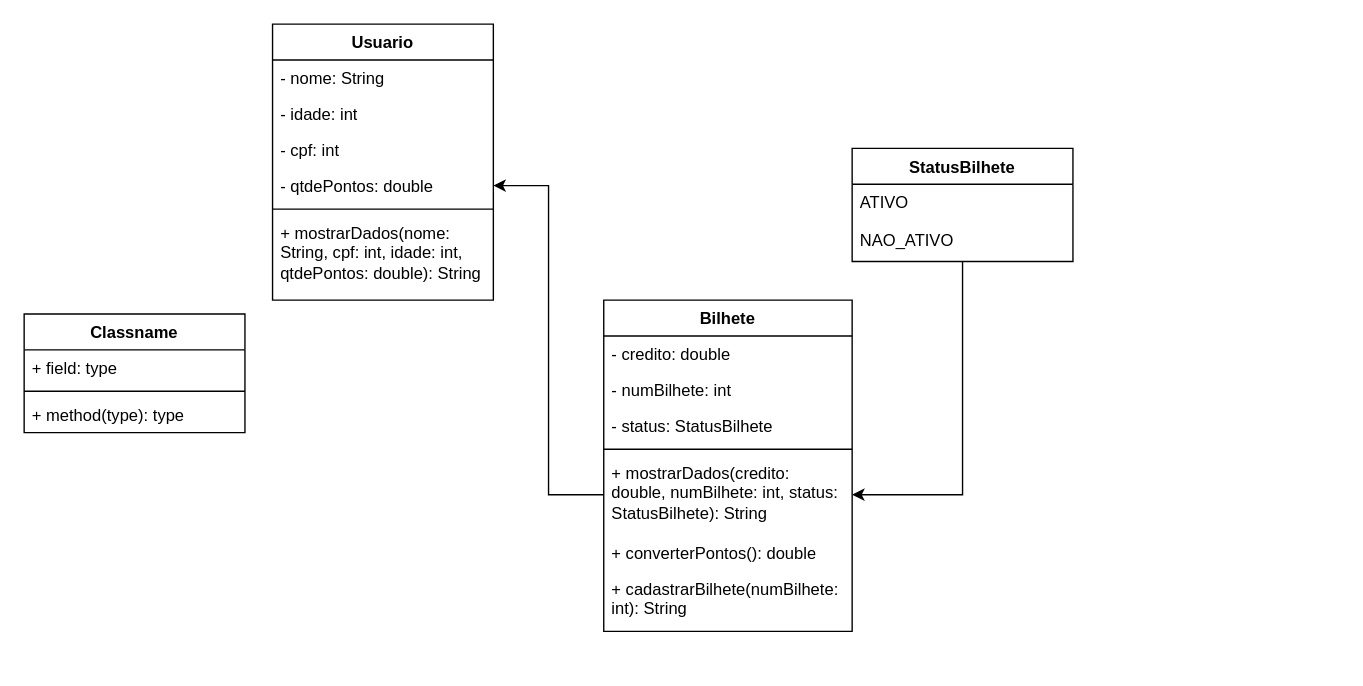
Earlier version of the draw.io diagram java_soulpass_diagram.drawio (SoulPass-1TDSPJ/java_soulpass). Source tidied: cells renumbered, new cells numbered last; positions are measured from the earlier drawing's top-left corner, leaving out a move shared by most shapes. Both pictures are drawn from the tidied source at 138%, with x=0, y=0 at pixel (23, 23).
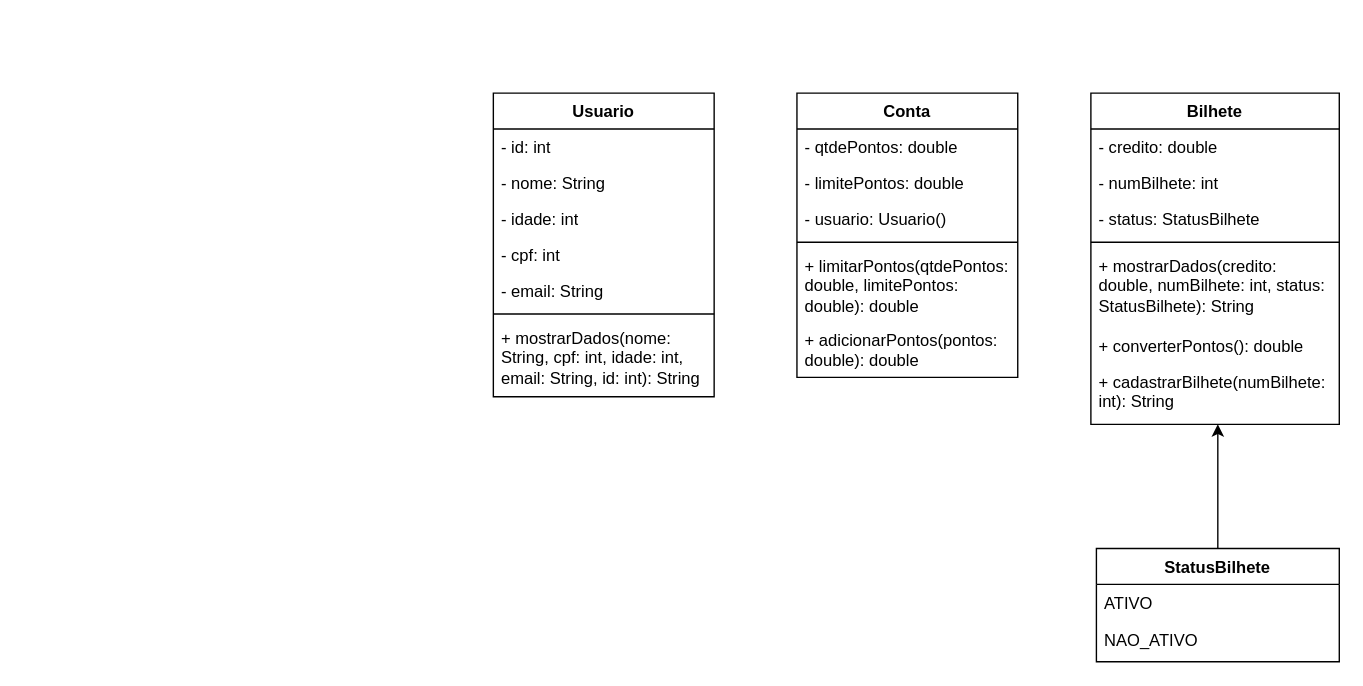
After the change.

Commit message:
feat: Diagrama feito com draw.io

The change refers to these unchanged cells:
```xml
<mxCell id="22" value="+ mostrarDados(credito: double, numBilhete: int, status: StatusBilhete): String" style="text;strokeColor=none;fillColor=none;align=left;verticalAlign=top;spacingLeft=4;spacingRight=4;overflow=hidden;points=[[0,0.5],[1,0.5]];portConstraint=eastwest;whiteSpace=wrap;html=1;" parent="17" vertex="1">
  <mxGeometry y="112" width="180" height="58" as="geometry" />
</mxCell>
<mxCell id="24" value="+ cadastrarBilhete(numBilhete: int): String" style="text;strokeColor=none;fillColor=none;align=left;verticalAlign=top;spacingLeft=4;spacingRight=4;overflow=hidden;points=[[0,0.5],[1,0.5]];portConstraint=eastwest;whiteSpace=wrap;html=1;" parent="17" vertex="1">
  <mxGeometry y="196" width="180" height="44" as="geometry" />
</mxCell>
```

Change to the diagram source:
```diff
@@
     <mxCell id="2" value="Usuario" style="swimlane;fontStyle=1;align=center;verticalAlign=top;horizontal=1;startSize=26;whiteSpace=wrap;html=1;" parent="1" vertex="1">
-      <mxGeometry x="180" width="160" height="200" as="geometry" />
+      <mxGeometry x="340" y="50" width="160" height="220" as="geometry" />
     </mxCell>
+    <mxCell id="26" value="- id: int" style="text;strokeColor=none;fillColor=none;align=left;verticalAlign=top;spacingLeft=4;spacingRight=4;overflow=hidden;whiteSpace=wrap;html=1;" parent="2" vertex="1">
+      <mxGeometry y="26" width="160" height="26" as="geometry" />
+    </mxCell>
     <mxCell id="3" value="- nome: String" style="text;strokeColor=none;fillColor=none;align=left;verticalAlign=top;spacingLeft=4;spacingRight=4;overflow=hidden;whiteSpace=wrap;html=1;" parent="2" vertex="1">
-      <mxGeometry y="26" width="160" height="26" as="geometry" />
+      <mxGeometry y="52" width="160" height="26" as="geometry" />
     </mxCell>
     <mxCell id="4" value="- idade: int" style="text;strokeColor=none;fillColor=none;align=left;verticalAlign=top;spacingLeft=4;spacingRight=4;overflow=hidden;whiteSpace=wrap;html=1;" parent="2" vertex="1">
-      <mxGeometry y="52" width="160" height="26" as="geometry" />
+      <mxGeometry y="78" width="160" height="26" as="geometry" />
     </mxCell>
     <mxCell id="5" value="- cpf: int" style="text;strokeColor=none;fillColor=none;align=left;verticalAlign=top;spacingLeft=4;spacingRight=4;overflow=hidden;whiteSpace=wrap;html=1;" parent="2" vertex="1">
-      <mxGeometry y="78" width="160" height="26" as="geometry" />
+      <mxGeometry y="104" width="160" height="26" as="geometry" />
     </mxCell>
-    <mxCell id="6" value="- qtdePontos: double" style="text;strokeColor=none;fillColor=none;align=left;verticalAlign=top;spacingLeft=4;spacingRight=4;overflow=hidden;points=[[0,0.5],[1,0.5]];portConstraint=eastwest;whiteSpace=wrap;html=1;" parent="2" vertex="1">
-      <mxGeometry y="104" width="160" height="26" as="geometry" />
-    </mxCell>
+    <mxCell id="27" value="- email: String" style="text;strokeColor=none;fillColor=none;align=left;verticalAlign=top;spacingLeft=4;spacingRight=4;overflow=hidden;whiteSpace=wrap;html=1;" parent="2" vertex="1">
+      <mxGeometry y="130" width="160" height="26" as="geometry" />
+    </mxCell>
     <mxCell id="7" style="line;strokeWidth=1;fillColor=none;align=left;verticalAlign=middle;spacingTop=-1;spacingLeft=3;spacingRight=3;labelPosition=right;strokeColor=inherit;" parent="2" vertex="1">
-      <mxGeometry y="130" width="160" height="8" as="geometry" />
+      <mxGeometry y="156" width="160" height="8" as="geometry" />
     </mxCell>
-    <mxCell id="8" value="+ mostrarDados(nome: String, cpf: int, idade: int, qtdePontos: double): String" style="text;strokeColor=none;fillColor=none;align=left;verticalAlign=top;spacingLeft=4;spacingRight=4;overflow=hidden;whiteSpace=wrap;html=1;" parent="2" vertex="1">
-      <mxGeometry y="138" width="160" height="62" as="geometry" />
+    <mxCell id="8" value="+ mostrarDados(nome: String, cpf: int, idade: int, email: String, id: int): String" style="text;strokeColor=none;fillColor=none;align=left;verticalAlign=top;spacingLeft=4;spacingRight=4;overflow=hidden;whiteSpace=wrap;html=1;" parent="2" vertex="1">
+      <mxGeometry y="164" width="160" height="56" as="geometry" />
     </mxCell>
-    <mxCell id="9" value="Classname" style="swimlane;fontStyle=1;align=center;verticalAlign=top;horizontal=1;startSize=26;whiteSpace=wrap;html=1;" parent="1" vertex="1">
-      <mxGeometry y="210" width="160" height="86" as="geometry" />
+    <mxCell id="9" value="Conta" style="swimlane;fontStyle=1;align=center;verticalAlign=top;horizontal=1;startSize=26;whiteSpace=wrap;html=1;" parent="1" vertex="1">
+      <mxGeometry x="560" y="50" width="160" height="206" as="geometry" />
     </mxCell>
-    <mxCell id="10" value="+ field: type" style="text;strokeColor=none;fillColor=none;align=left;verticalAlign=top;spacingLeft=4;spacingRight=4;overflow=hidden;whiteSpace=wrap;html=1;" parent="9" vertex="1">
+    <mxCell id="10" value="- qtdePontos: double" style="text;strokeColor=none;fillColor=none;align=left;verticalAlign=top;spacingLeft=4;spacingRight=4;overflow=hidden;whiteSpace=wrap;html=1;" parent="9" vertex="1">
       <mxGeometry y="26" width="160" height="26" as="geometry" />
     </mxCell>
+    <mxCell id="28" value="- limitePontos: double" style="text;strokeColor=none;fillColor=none;align=left;verticalAlign=top;spacingLeft=4;spacingRight=4;overflow=hidden;whiteSpace=wrap;html=1;" parent="9" vertex="1">
+      <mxGeometry y="52" width="160" height="26" as="geometry" />
+    </mxCell>
+    <mxCell id="29" value="- usuario: Usuario()" style="text;strokeColor=none;fillColor=none;align=left;verticalAlign=top;spacingLeft=4;spacingRight=4;overflow=hidden;whiteSpace=wrap;html=1;" parent="9" vertex="1">
+      <mxGeometry y="78" width="160" height="26" as="geometry" />
+    </mxCell>
     <mxCell id="11" style="line;strokeWidth=1;fillColor=none;align=left;verticalAlign=middle;spacingTop=-1;spacingLeft=3;spacingRight=3;labelPosition=right;strokeColor=inherit;" parent="9" vertex="1">
-      <mxGeometry y="52" width="160" height="8" as="geometry" />
+      <mxGeometry y="104" width="160" height="8" as="geometry" />
     </mxCell>
-    <mxCell id="12" value="+ method(type): type" style="text;strokeColor=none;fillColor=none;align=left;verticalAlign=top;spacingLeft=4;spacingRight=4;overflow=hidden;whiteSpace=wrap;html=1;" parent="9" vertex="1">
-      <mxGeometry y="60" width="160" height="26" as="geometry" />
+    <mxCell id="12" value="+ limitarPontos(qtdePontos: double, limitePontos: double): double" style="text;strokeColor=none;fillColor=none;align=left;verticalAlign=top;spacingLeft=4;spacingRight=4;overflow=hidden;whiteSpace=wrap;html=1;" parent="9" vertex="1">
+      <mxGeometry y="112" width="160" height="54" as="geometry" />
     </mxCell>
+    <mxCell id="30" value="+ adicionarPontos(pontos: double): double" style="text;strokeColor=none;fillColor=none;align=left;verticalAlign=top;spacingLeft=4;spacingRight=4;overflow=hidden;whiteSpace=wrap;html=1;" parent="9" vertex="1">
+      <mxGeometry y="166" width="160" height="40" as="geometry" />
+    </mxCell>
-    <mxCell id="13" style="edgeStyle=orthogonalEdgeStyle;rounded=0;jettySize=auto;html=1;entryX=1;entryY=0.5;entryDx=0;entryDy=0;" parent="1" edge="1" source="14" target="22">
+    <mxCell id="13" style="edgeStyle=orthogonalEdgeStyle;rounded=0;jettySize=auto;html=1;entryX=0.511;entryY=1;entryDx=0;entryDy=0;entryPerimeter=0;" parent="1" edge="1" source="14" target="24">
       <mxGeometry relative="1" as="geometry" />
     </mxCell>
     <mxCell id="14" value="StatusBilhete" style="swimlane;fontStyle=1;align=center;verticalAlign=top;horizontal=1;startSize=26;whiteSpace=wrap;html=1;" parent="1" vertex="1">
-      <mxGeometry x="600" y="90" width="160" height="82" as="geometry" />
+      <mxGeometry x="777" y="380" width="176" height="82" as="geometry" />
     </mxCell>
     <mxCell id="15" value="ATIVO" style="text;strokeColor=none;fillColor=none;align=left;verticalAlign=top;spacingLeft=4;spacingRight=4;overflow=hidden;whiteSpace=wrap;html=1;" parent="14" vertex="1">
-      <mxGeometry y="26" width="160" height="26" as="geometry" />
+      <mxGeometry y="26" width="176" height="26" as="geometry" />
     </mxCell>
     <mxCell id="16" value="NAO_ATIVO" style="text;strokeColor=none;fillColor=none;align=left;verticalAlign=middle;spacingLeft=4;spacingRight=4;overflow=hidden;whiteSpace=wrap;html=1;" parent="14" vertex="1">
-      <mxGeometry y="52" width="160" height="30" as="geometry" />
+      <mxGeometry y="52" width="176" height="30" as="geometry" />
     </mxCell>
     <mxCell id="17" value="Bilhete" style="swimlane;fontStyle=1;align=center;verticalAlign=top;horizontal=1;startSize=26;whiteSpace=wrap;html=1;" parent="1" vertex="1">
-      <mxGeometry x="420" y="200" width="180" height="240" as="geometry" />
+      <mxGeometry x="773" y="50" width="180" height="240" as="geometry" />
     </mxCell>
@@
-    <mxCell id="25" style="edgeStyle=orthogonalEdgeStyle;rounded=0;jettySize=auto;html=1;entryX=1;entryY=0.5;entryDx=0;entryDy=0;" parent="1" edge="1" source="22" target="6">
-      <mxGeometry relative="1" as="geometry" />
-    </mxCell>
```
